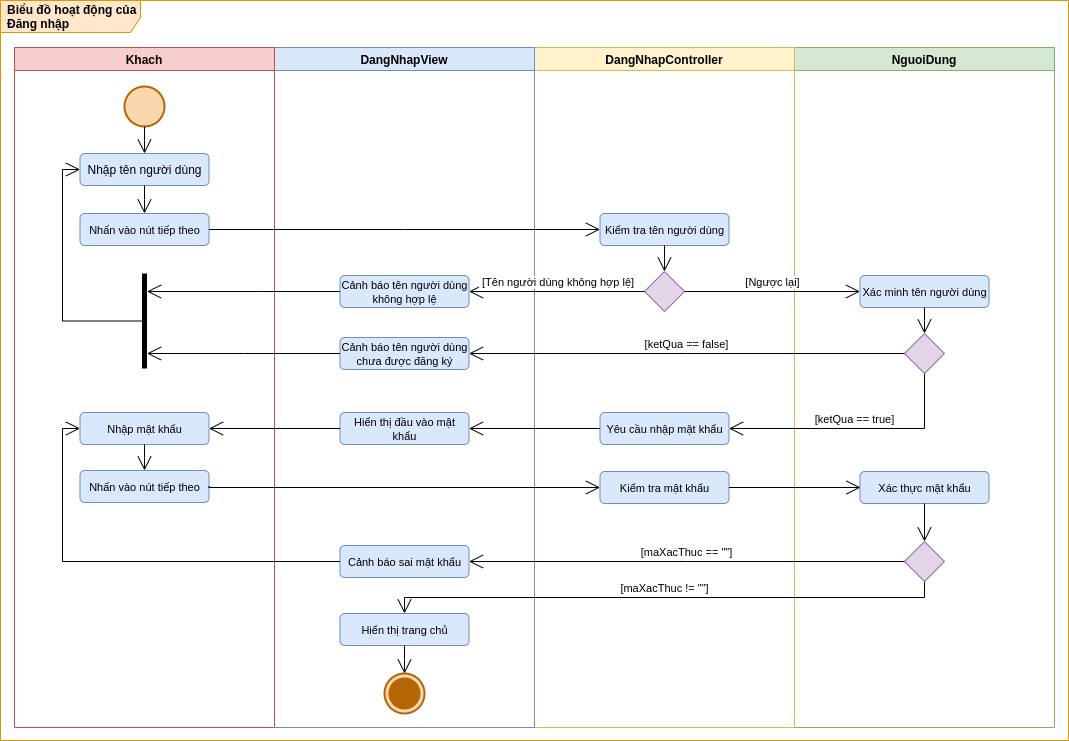
The draw.io diagram images/Activity Diagram/Login.png in luclegen/medicine16, before a commit. Source tidied: cells renumbered, new cells last; positions are measured from the earlier drawing's top-left corner, leaving out a move shared by most shapes.
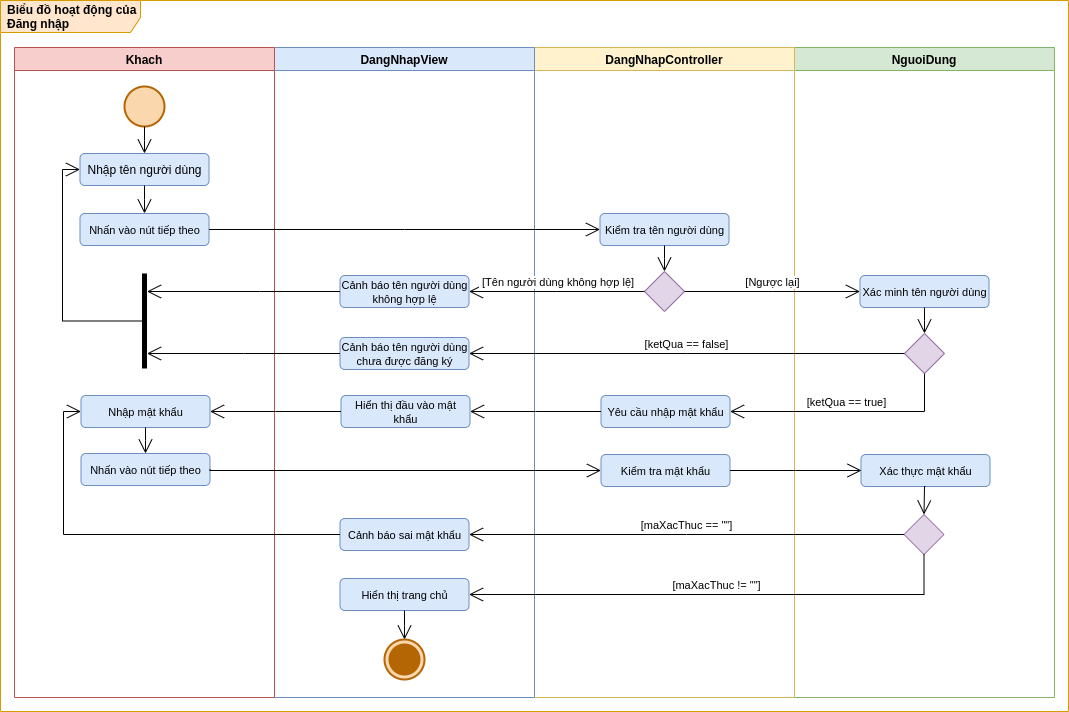
The same diagram one commit later.

Change to the diagram source:
```diff
@@ -1,12 +1,12 @@
 <mxGraphModel>
   <root>
-    <mxCell id="0" />
-    <mxCell id="1" parent="0" />
+    <mxCell id="49" />
+    <mxCell id="50" parent="49" />
-    <mxCell id="2" value="Biểu đồ hoạt động của Đăng nhập" style="shape=umlFrame;whiteSpace=wrap;html=1;width=140;height=32;boundedLbl=1;verticalAlign=middle;align=left;spacingLeft=5;fontStyle=1;fillColor=#ffe6cc;strokeColor=#d79b00;swimlaneFillColor=#FFFFFF;" parent="1" vertex="1">
-      <mxGeometry width="1068" height="740" as="geometry" />
+    <mxCell id="2" value="Biểu đồ hoạt động của Đăng nhập" style="shape=umlFrame;whiteSpace=wrap;html=1;width=140;height=32;boundedLbl=1;verticalAlign=middle;align=left;spacingLeft=5;fontStyle=1;fillColor=#ffe6cc;strokeColor=#d79b00;swimlaneFillColor=#FFFFFF;" parent="50" vertex="1">
+      <mxGeometry width="1068" height="711" as="geometry" />
     </mxCell>
-    <mxCell id="3" value="NguoiDung" style="swimlane;fillColor=#d5e8d4;strokeColor=#82b366;" parent="1" vertex="1">
-      <mxGeometry x="794" y="47" width="260" height="680" as="geometry" />
+    <mxCell id="3" value="NguoiDung" style="swimlane;fillColor=#d5e8d4;strokeColor=#82b366;" parent="50" vertex="1">
+      <mxGeometry x="794" y="47" width="260" height="650" as="geometry" />
     </mxCell>
     <mxCell id="4" value="&lt;span style=&quot;font-size: 11px ; text-align: left&quot;&gt;Xác minh tên người dùng&lt;/span&gt;" style="shape=rect;html=1;rounded=1;whiteSpace=wrap;align=center;fillColor=#dae8fc;strokeColor=#6c8ebf;" parent="3" vertex="1">
       <mxGeometry x="65.5" y="228" width="129" height="32" as="geometry" />
@@ -18,16 +18,16 @@
       <mxGeometry relative="1" as="geometry" />
     </mxCell>
     <mxCell id="7" value="&lt;span style=&quot;font-size: 11px ; text-align: left&quot;&gt;Xác thực mật khẩu&lt;/span&gt;" style="shape=rect;html=1;rounded=1;whiteSpace=wrap;align=center;fillColor=#dae8fc;strokeColor=#6c8ebf;" parent="3" vertex="1">
-      <mxGeometry x="65.5" y="424" width="129" height="32" as="geometry" />
+      <mxGeometry x="66.5" y="407" width="129" height="32" as="geometry" />
     </mxCell>
-    <mxCell id="8" style="shape=rhombus;html=1;verticalLabelPosition=bottom;verticalAlignment=top;fillColor=#e1d5e7;strokeColor=#9673a6;" parent="3" vertex="1">
-      <mxGeometry x="110" y="494" width="40" height="40" as="geometry" />
-    </mxCell>
-    <mxCell id="9" style="edgeStyle=elbowEdgeStyle;html=1;elbow=horizontal;align=right;verticalAlign=bottom;endArrow=none;rounded=0;labelBackgroundColor=none;startArrow=open;startSize=12;exitX=0.5;exitY=0;exitDx=0;exitDy=0;entryX=0.5;entryY=1;entryDx=0;entryDy=0;" parent="3" edge="1" source="8" target="7">
-      <mxGeometry relative="1" as="geometry" />
-    </mxCell>
+    <mxCell id="51" style="shape=rhombus;html=1;verticalLabelPosition=bottom;verticalAlignment=top;fillColor=#e1d5e7;strokeColor=#9673a6;" parent="3" vertex="1">
+      <mxGeometry x="109.5" y="467" width="40" height="40" as="geometry" />
+    </mxCell>
+    <mxCell id="52" style="edgeStyle=elbowEdgeStyle;html=1;elbow=horizontal;align=right;verticalAlign=bottom;endArrow=none;rounded=0;labelBackgroundColor=none;startArrow=open;startSize=12;exitX=0.5;exitY=0;exitDx=0;exitDy=0;entryX=0.5;entryY=1;entryDx=0;entryDy=0;" parent="3" edge="1" source="51" target="7">
+      <mxGeometry relative="1" as="geometry" />
+    </mxCell>
-    <mxCell id="10" value="DangNhapController" style="swimlane;fillColor=#fff2cc;strokeColor=#d6b656;" parent="1" vertex="1">
-      <mxGeometry x="534" y="47" width="260" height="680" as="geometry" />
+    <mxCell id="10" value="DangNhapController" style="swimlane;fillColor=#fff2cc;strokeColor=#d6b656;" parent="50" vertex="1">
+      <mxGeometry x="534" y="47" width="260" height="650" as="geometry" />
     </mxCell>
     <mxCell id="11" value="&lt;span style=&quot;font-size: 11px&quot;&gt;Kiểm tra tên người dùng&lt;/span&gt;" style="shape=rect;html=1;rounded=1;whiteSpace=wrap;align=center;fillColor=#dae8fc;strokeColor=#6c8ebf;" parent="10" vertex="1">
       <mxGeometry x="65.5" y="166" width="129" height="32" as="geometry" />
@@ -39,13 +39,13 @@
       <mxGeometry relative="1" as="geometry" />
     </mxCell>
     <mxCell id="14" value="&lt;span style=&quot;font-size: 11px&quot;&gt;Yêu cầu nhập mật khẩu&lt;/span&gt;" style="shape=rect;html=1;rounded=1;whiteSpace=wrap;align=center;fillColor=#dae8fc;strokeColor=#6c8ebf;" parent="10" vertex="1">
-      <mxGeometry x="65.5" y="365" width="129" height="32" as="geometry" />
+      <mxGeometry x="66.5" y="348" width="129" height="32" as="geometry" />
     </mxCell>
     <mxCell id="15" value="&lt;span style=&quot;font-size: 11px&quot;&gt;Kiểm tra mật khẩu&lt;/span&gt;" style="shape=rect;html=1;rounded=1;whiteSpace=wrap;align=center;fillColor=#dae8fc;strokeColor=#6c8ebf;" parent="10" vertex="1">
-      <mxGeometry x="65.5" y="424" width="129" height="32" as="geometry" />
+      <mxGeometry x="66.5" y="407" width="129" height="32" as="geometry" />
     </mxCell>
-    <mxCell id="16" value="DangNhapView" style="swimlane;fillColor=#dae8fc;strokeColor=#6c8ebf;" parent="1" vertex="1">
-      <mxGeometry x="274" y="47" width="260" height="680" as="geometry" />
+    <mxCell id="16" value="DangNhapView" style="swimlane;fillColor=#dae8fc;strokeColor=#6c8ebf;" parent="50" vertex="1">
+      <mxGeometry x="274" y="47" width="260" height="650" as="geometry" />
     </mxCell>
     <mxCell id="17" value="&lt;span style=&quot;font-size: 11px ; text-align: left&quot;&gt;Cảnh báo tên người dùng không hợp lệ&lt;/span&gt;" style="shape=rect;html=1;rounded=1;whiteSpace=wrap;align=center;fillColor=#dae8fc;strokeColor=#6c8ebf;" parent="16" vertex="1">
       <mxGeometry x="65.5" y="228" width="129" height="32" as="geometry" />
@@ -54,22 +54,22 @@
       <mxGeometry x="65.5" y="290" width="129" height="32" as="geometry" />
     </mxCell>
     <mxCell id="19" value="&lt;span style=&quot;font-size: 11px&quot;&gt;Hiển thị đầu vào mật khẩu&lt;/span&gt;" style="shape=rect;html=1;rounded=1;whiteSpace=wrap;align=center;fillColor=#dae8fc;strokeColor=#6c8ebf;" parent="16" vertex="1">
-      <mxGeometry x="65.5" y="365" width="129" height="32" as="geometry" />
+      <mxGeometry x="66.5" y="348" width="129" height="32" as="geometry" />
     </mxCell>
     <mxCell id="20" value="&lt;span style=&quot;font-size: 11px ; text-align: left&quot;&gt;Cảnh báo s&lt;/span&gt;&lt;span style=&quot;font-size: 11px ; text-align: left&quot;&gt;ai mật khẩu&lt;/span&gt;" style="shape=rect;html=1;rounded=1;whiteSpace=wrap;align=center;fillColor=#dae8fc;strokeColor=#6c8ebf;" parent="16" vertex="1">
-      <mxGeometry x="65.5" y="498" width="129" height="32" as="geometry" />
+      <mxGeometry x="65.5" y="471" width="129" height="32" as="geometry" />
     </mxCell>
     <mxCell id="21" value="&lt;div style=&quot;text-align: left&quot;&gt;&lt;span style=&quot;font-size: 11px&quot;&gt;Hiển thị trang chủ&lt;/span&gt;&lt;/div&gt;" style="shape=rect;html=1;rounded=1;whiteSpace=wrap;align=center;fillColor=#dae8fc;strokeColor=#6c8ebf;" parent="16" vertex="1">
-      <mxGeometry x="65.5" y="566" width="129" height="32" as="geometry" />
+      <mxGeometry x="65.5" y="531" width="129" height="32" as="geometry" />
     </mxCell>
-    <mxCell id="22" style="html=1;shape=mxgraph.sysml.actFinal;strokeWidth=2;verticalLabelPosition=bottom;verticalAlignment=top;fillColor=#fad7ac;strokeColor=#b46504;" parent="16" vertex="1">
-      <mxGeometry x="110" y="626" width="40" height="40" as="geometry" />
-    </mxCell>
-    <mxCell id="23" style="edgeStyle=elbowEdgeStyle;html=1;elbow=vertical;verticalAlign=bottom;endArrow=open;rounded=0;endSize=12;entryX=0.5;entryY=0;entryDx=0;entryDy=0;exitX=0.5;exitY=1;exitDx=0;exitDy=0;entryPerimeter=0;" parent="16" edge="1" source="21" target="22">
-      <mxGeometry relative="1" as="geometry" />
-    </mxCell>
+    <mxCell id="53" style="html=1;shape=mxgraph.sysml.actFinal;strokeWidth=2;verticalLabelPosition=bottom;verticalAlignment=top;fillColor=#fad7ac;strokeColor=#b46504;" parent="16" vertex="1">
+      <mxGeometry x="110" y="592" width="40" height="40" as="geometry" />
+    </mxCell>
+    <mxCell id="54" style="edgeStyle=elbowEdgeStyle;html=1;elbow=vertical;verticalAlign=bottom;endArrow=open;rounded=0;endSize=12;entryX=0.5;entryY=0;entryDx=0;entryDy=0;exitX=0.5;exitY=1;exitDx=0;exitDy=0;entryPerimeter=0;" parent="16" edge="1" source="21" target="53">
+      <mxGeometry relative="1" as="geometry" />
+    </mxCell>
-    <mxCell id="24" value="Khach" style="swimlane;startSize=23;fillColor=#f8cecc;strokeColor=#b85450;" parent="1" vertex="1">
-      <mxGeometry x="14" y="47" width="260" height="680" as="geometry" />
+    <mxCell id="24" value="Khach" style="swimlane;startSize=23;fillColor=#f8cecc;strokeColor=#b85450;" parent="50" vertex="1">
+      <mxGeometry x="14" y="47" width="260" height="650" as="geometry" />
     </mxCell>
     <mxCell id="25" style="shape=ellipse;html=1;strokeWidth=2;verticalLabelPosition=bottom;verticalAlignment=top;perimeter=ellipsePerimeter;fillColor=#fad7ac;strokeColor=#b46504;" parent="24" vertex="1">
       <mxGeometry x="110" y="39" width="40" height="40" as="geometry" />
@@ -87,10 +87,10 @@
       <mxGeometry relative="1" as="geometry" />
     </mxCell>
     <mxCell id="30" value="&lt;span style=&quot;font-size: 11px&quot;&gt;Nhập mật khẩu&lt;/span&gt;" style="shape=rect;html=1;rounded=1;whiteSpace=wrap;align=center;fillColor=#dae8fc;strokeColor=#6c8ebf;" parent="24" vertex="1">
-      <mxGeometry x="65.5" y="365" width="129" height="32" as="geometry" />
+      <mxGeometry x="66.5" y="348" width="129" height="32" as="geometry" />
     </mxCell>
     <mxCell id="31" value="&lt;span style=&quot;font-size: 11px&quot;&gt;Nhấn vào nút tiếp theo&lt;/span&gt;" style="shape=rect;html=1;rounded=1;whiteSpace=wrap;align=center;fillColor=#dae8fc;strokeColor=#6c8ebf;" parent="24" vertex="1">
-      <mxGeometry x="65.5" y="423" width="129" height="32" as="geometry" />
+      <mxGeometry x="66.5" y="406" width="129" height="32" as="geometry" />
     </mxCell>
     <mxCell id="32" style="edgeStyle=elbowEdgeStyle;html=1;elbow=vertical;verticalAlign=bottom;endArrow=open;rounded=0;endSize=12;exitX=0.5;exitY=1;exitDx=0;exitDy=0;entryX=0.5;entryY=0;entryDx=0;entryDy=0;" parent="24" edge="1" source="30" target="31">
       <mxGeometry relative="1" as="geometry" />
@@ -105,58 +105,62 @@
         </Array>
       </mxGeometry>
     </mxCell>
-    <mxCell id="35" value="&amp;nbsp;[Tên người dùng không hợp lệ]" style="edgeStyle=elbowEdgeStyle;html=1;elbow=vertical;verticalAlign=bottom;endArrow=open;rounded=0;endSize=12;entryX=1;entryY=0.5;entryDx=0;entryDy=0;" parent="1" edge="1" source="12" target="17">
+    <mxCell id="35" value="&amp;nbsp;[Tên người dùng không hợp lệ]" style="edgeStyle=elbowEdgeStyle;html=1;elbow=vertical;verticalAlign=bottom;endArrow=open;rounded=0;endSize=12;entryX=1;entryY=0.5;entryDx=0;entryDy=0;" parent="50" edge="1" source="12" target="17">
       <mxGeometry relative="1" as="geometry" />
     </mxCell>
-    <mxCell id="36" value="[ketQua == true]" style="edgeStyle=elbowEdgeStyle;html=1;elbow=vertical;verticalAlign=bottom;endArrow=open;rounded=0;endSize=12;labelBorderColor=none;labelBackgroundColor=#FFFFFF;entryX=1;entryY=0.5;entryDx=0;entryDy=0;" parent="1" edge="1" source="5" target="14">
+    <mxCell id="36" value="[ketQua == true]" style="edgeStyle=elbowEdgeStyle;html=1;elbow=vertical;verticalAlign=bottom;endArrow=open;rounded=0;endSize=12;labelBorderColor=none;labelBackgroundColor=#FFFFFF;entryX=1;entryY=0.5;entryDx=0;entryDy=0;" parent="50" edge="1" source="5" target="14">
       <mxGeometry relative="1" as="geometry">
         <Array as="points">
-          <mxPoint x="833" y="428" />
+          <mxPoint x="830" y="411" />
         </Array>
       </mxGeometry>
     </mxCell>
-    <mxCell id="37" style="edgeStyle=elbowEdgeStyle;html=1;elbow=vertical;endArrow=open;rounded=0;verticalAlign=bottom;endSize=12;entryX=0.004;entryY=0.5;entryDx=0;entryDy=0;exitX=1;exitY=0.5;exitDx=0;exitDy=0;entryPerimeter=0;" parent="1" edge="1" source="15" target="7">
+    <mxCell id="37" style="edgeStyle=elbowEdgeStyle;html=1;elbow=vertical;endArrow=open;rounded=0;verticalAlign=bottom;endSize=12;entryX=0.004;entryY=0.5;entryDx=0;entryDy=0;exitX=1;exitY=0.5;exitDx=0;exitDy=0;entryPerimeter=0;" parent="50" edge="1" source="15" target="7">
       <mxGeometry relative="1" as="geometry" />
     </mxCell>
-    <mxCell id="38" value="[Ngược lại]" style="edgeStyle=elbowEdgeStyle;html=1;elbow=vertical;verticalAlign=bottom;endArrow=open;rounded=0;endSize=12;labelBorderColor=none;labelBackgroundColor=#FFFFFF;entryX=0;entryY=0.5;entryDx=0;entryDy=0;" parent="1" edge="1" source="12" target="4">
+    <mxCell id="38" value="[Ngược lại]" style="edgeStyle=elbowEdgeStyle;html=1;elbow=vertical;verticalAlign=bottom;endArrow=open;rounded=0;endSize=12;labelBorderColor=none;labelBackgroundColor=#FFFFFF;entryX=0;entryY=0.5;entryDx=0;entryDy=0;" parent="50" edge="1" source="12" target="4">
       <mxGeometry relative="1" as="geometry" />
     </mxCell>
-    <mxCell id="39" style="edgeStyle=elbowEdgeStyle;html=1;elbow=vertical;verticalAlign=bottom;endArrow=open;rounded=0;endSize=12;exitX=0;exitY=0.5;exitDx=0;exitDy=0;entryX=1;entryY=0.5;entryDx=0;entryDy=0;" parent="1" edge="1" source="14" target="19">
+    <mxCell id="39" style="edgeStyle=elbowEdgeStyle;html=1;elbow=vertical;verticalAlign=bottom;endArrow=open;rounded=0;endSize=12;exitX=0;exitY=0.5;exitDx=0;exitDy=0;entryX=1;entryY=0.5;entryDx=0;entryDy=0;" parent="50" edge="1" source="14" target="19">
       <mxGeometry relative="1" as="geometry" />
     </mxCell>
-    <mxCell id="40" value="[ketQua == false]" style="edgeStyle=elbowEdgeStyle;html=1;elbow=vertical;verticalAlign=bottom;endArrow=open;rounded=0;endSize=12;entryX=1;entryY=0.5;entryDx=0;entryDy=0;" parent="1" edge="1" source="5" target="18">
+    <mxCell id="40" value="[ketQua == false]" style="edgeStyle=elbowEdgeStyle;html=1;elbow=vertical;verticalAlign=bottom;endArrow=open;rounded=0;endSize=12;entryX=1;entryY=0.5;entryDx=0;entryDy=0;" parent="50" edge="1" source="5" target="18">
       <mxGeometry relative="1" as="geometry" />
     </mxCell>
-    <mxCell id="41" value="&lt;span style=&quot;text-align: left&quot;&gt;[maXacThuc == &quot;&quot;]&lt;/span&gt;" style="edgeStyle=elbowEdgeStyle;html=1;elbow=vertical;verticalAlign=bottom;endArrow=open;rounded=0;endSize=12;entryX=1;entryY=0.5;entryDx=0;entryDy=0;" parent="1" edge="1" source="8" target="20">
+    <mxCell id="41" value="&lt;span style=&quot;text-align: left&quot;&gt;[maXacThuc == &quot;&quot;]&lt;/span&gt;" style="edgeStyle=elbowEdgeStyle;html=1;elbow=vertical;verticalAlign=bottom;endArrow=open;rounded=0;endSize=12;entryX=1;entryY=0.5;entryDx=0;entryDy=0;" parent="50" edge="1" source="51" target="20">
       <mxGeometry relative="1" as="geometry" />
     </mxCell>
-    <mxCell id="42" value="&lt;span style=&quot;text-align: left&quot;&gt;[maXacThuc != &quot;&quot;]&lt;/span&gt;" style="edgeStyle=elbowEdgeStyle;html=1;elbow=vertical;verticalAlign=bottom;endArrow=open;rounded=0;endSize=12;labelBorderColor=none;labelBackgroundColor=#FFFFFF;entryX=0.5;entryY=0;entryDx=0;entryDy=0;" parent="1" edge="1" source="8" target="21">
-      <mxGeometry relative="1" as="geometry" />
+    <mxCell id="42" value="&lt;span style=&quot;text-align: left&quot;&gt;[maXacThuc != &quot;&quot;]&lt;/span&gt;" style="edgeStyle=elbowEdgeStyle;html=1;elbow=vertical;verticalAlign=bottom;endArrow=open;rounded=0;endSize=12;labelBorderColor=none;labelBackgroundColor=#FFFFFF;entryX=1;entryY=0.5;entryDx=0;entryDy=0;" parent="50" edge="1" source="51" target="21">
+      <mxGeometry relative="1" as="geometry">
+        <Array as="points">
+          <mxPoint x="699" y="594" />
+        </Array>
+      </mxGeometry>
     </mxCell>
-    <mxCell id="43" style="edgeStyle=elbowEdgeStyle;html=1;elbow=vertical;verticalAlign=bottom;endArrow=open;rounded=0;endSize=12;exitX=0;exitY=0.5;exitDx=0;exitDy=0;" parent="1" edge="1" source="17" target="33">
+    <mxCell id="43" style="edgeStyle=elbowEdgeStyle;html=1;elbow=vertical;verticalAlign=bottom;endArrow=open;rounded=0;endSize=12;exitX=0;exitY=0.5;exitDx=0;exitDy=0;" parent="50" edge="1" source="17" target="33">
       <mxGeometry relative="1" as="geometry">
         <Array as="points">
           <mxPoint x="259" y="291" />
         </Array>
       </mxGeometry>
     </mxCell>
-    <mxCell id="44" style="edgeStyle=elbowEdgeStyle;html=1;elbow=vertical;verticalAlign=bottom;endArrow=open;rounded=0;endSize=12;exitX=0;exitY=0.5;exitDx=0;exitDy=0;" parent="1" edge="1" source="18" target="33">
+    <mxCell id="44" style="edgeStyle=elbowEdgeStyle;html=1;elbow=vertical;verticalAlign=bottom;endArrow=open;rounded=0;endSize=12;exitX=0;exitY=0.5;exitDx=0;exitDy=0;" parent="50" edge="1" source="18" target="33">
       <mxGeometry relative="1" as="geometry" />
     </mxCell>
-    <mxCell id="45" style="edgeStyle=elbowEdgeStyle;html=1;elbow=vertical;verticalAlign=bottom;endArrow=open;rounded=0;endSize=12;exitX=0;exitY=0.5;exitDx=0;exitDy=0;entryX=0;entryY=0.5;entryDx=0;entryDy=0;" parent="1" edge="1" source="20" target="30">
+    <mxCell id="45" style="edgeStyle=elbowEdgeStyle;html=1;elbow=vertical;verticalAlign=bottom;endArrow=open;rounded=0;endSize=12;exitX=0;exitY=0.5;exitDx=0;exitDy=0;entryX=0;entryY=0.5;entryDx=0;entryDy=0;" parent="50" edge="1" source="20" target="30">
       <mxGeometry relative="1" as="geometry">
         <Array as="points">
-          <mxPoint x="62" y="499" />
+          <mxPoint x="63" y="482" />
         </Array>
       </mxGeometry>
     </mxCell>
-    <mxCell id="46" style="edgeStyle=elbowEdgeStyle;html=1;elbow=vertical;endArrow=open;rounded=0;verticalAlign=bottom;endSize=12;exitX=1;exitY=0.5;exitDx=0;exitDy=0;entryX=0;entryY=0.5;entryDx=0;entryDy=0;" parent="1" edge="1" source="28" target="11">
+    <mxCell id="46" style="edgeStyle=elbowEdgeStyle;html=1;elbow=vertical;endArrow=open;rounded=0;verticalAlign=bottom;endSize=12;exitX=1;exitY=0.5;exitDx=0;exitDy=0;entryX=0;entryY=0.5;entryDx=0;entryDy=0;" parent="50" edge="1" source="28" target="11">
       <mxGeometry relative="1" as="geometry" />
     </mxCell>
-    <mxCell id="47" style="edgeStyle=elbowEdgeStyle;html=1;elbow=vertical;endArrow=open;rounded=0;verticalAlign=bottom;endSize=12;entryX=0;entryY=0.5;entryDx=0;entryDy=0;exitX=1;exitY=0.5;exitDx=0;exitDy=0;" parent="1" edge="1" source="31" target="15">
+    <mxCell id="47" style="edgeStyle=elbowEdgeStyle;html=1;elbow=vertical;endArrow=open;rounded=0;verticalAlign=bottom;endSize=12;entryX=0;entryY=0.5;entryDx=0;entryDy=0;exitX=1;exitY=0.5;exitDx=0;exitDy=0;" parent="50" edge="1" source="31" target="15">
       <mxGeometry relative="1" as="geometry" />
     </mxCell>
-    <mxCell id="48" style="edgeStyle=elbowEdgeStyle;html=1;elbow=vertical;verticalAlign=bottom;endArrow=open;rounded=0;endSize=12;exitX=0;exitY=0.5;exitDx=0;exitDy=0;entryX=1;entryY=0.5;entryDx=0;entryDy=0;" parent="1" edge="1" source="19" target="30">
+    <mxCell id="48" style="edgeStyle=elbowEdgeStyle;html=1;elbow=vertical;verticalAlign=bottom;endArrow=open;rounded=0;endSize=12;exitX=0;exitY=0.5;exitDx=0;exitDy=0;entryX=1;entryY=0.5;entryDx=0;entryDy=0;" parent="50" edge="1" source="19" target="30">
       <mxGeometry relative="1" as="geometry" />
     </mxCell>
   </root>
```
